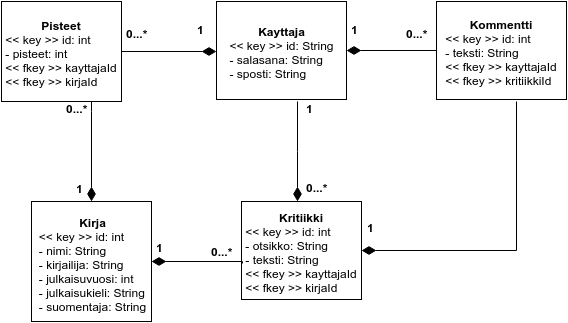
Before: doc/relaatiotietokantakaavio.png, a diagram exported from draw.io (tiikkala/kritiikki). Source tidied: cells renumbered, new cells last; positions are measured from the earlier drawing's top-left corner, leaving out a move shared by most shapes.
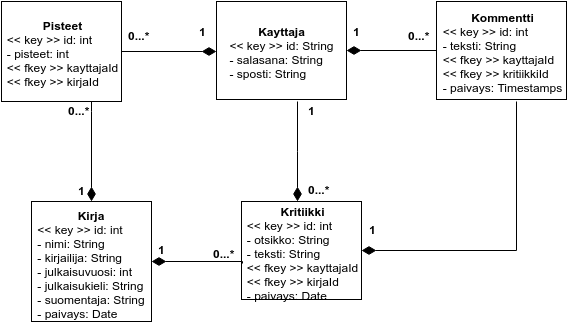
Later version of the same file.

The edit, as a diff of the source:
```diff
@@ -2,110 +2,110 @@
   <root>
     <mxCell id="0" />
     <mxCell id="1" parent="0" />
-    <mxCell id="2" value="&lt;b&gt;Kayttaja&lt;/b&gt;&lt;br&gt;&lt;div style=&quot;text-align: left&quot;&gt;&amp;lt;&amp;lt; key &amp;gt;&amp;gt; id: String&lt;/div&gt;&lt;div style=&quot;text-align: left&quot;&gt;- salasana: String&lt;/div&gt;&lt;div style=&quot;text-align: left&quot;&gt;- sposti: String&lt;/div&gt;" style="whiteSpace=wrap;html=1;" parent="1" vertex="1">
-      <mxGeometry x="215" width="130" height="98" as="geometry" />
-    </mxCell>
-    <mxCell id="3" style="edgeStyle=orthogonalEdgeStyle;rounded=0;html=1;exitX=0.5;exitY=1;entryX=0.5;entryY=1;" parent="1" edge="1" source="2" target="2">
-      <mxGeometry x="340" y="-122" as="geometry" />
+    <mxCell id="3" value="&lt;b&gt;Kayttaja&lt;/b&gt;&lt;br&gt;&lt;div style=&quot;text-align: left&quot;&gt;&amp;lt;&amp;lt; key &amp;gt;&amp;gt; id: String&lt;/div&gt;&lt;div style=&quot;text-align: left&quot;&gt;- salasana: String&lt;/div&gt;&lt;div style=&quot;text-align: left&quot;&gt;- sposti: String&lt;/div&gt;" style="whiteSpace=wrap;html=1;" parent="1" vertex="1">
+      <mxGeometry x="610" y="840" width="130" height="98" as="geometry" />
     </mxCell>
-    <mxCell id="4" value="&lt;b&gt;Pisteet&lt;/b&gt;&lt;br&gt;&lt;div style=&quot;text-align: left&quot;&gt;&amp;lt;&amp;lt; key &amp;gt;&amp;gt; id: int&lt;/div&gt;&lt;div style=&quot;text-align: left&quot;&gt;- pisteet: int&lt;/div&gt;&lt;div style=&quot;text-align: left&quot;&gt;&amp;lt;&amp;lt; fkey &amp;gt;&amp;gt; kayttajaId&lt;/div&gt;&lt;div style=&quot;text-align: left&quot;&gt;&amp;lt;&amp;lt; fkey &amp;gt;&amp;gt; kirjaId&lt;/div&gt;" style="whiteSpace=wrap;html=1;" parent="1" vertex="1">
-      <mxGeometry width="120" height="100" as="geometry" />
+    <mxCell id="4" style="edgeStyle=orthogonalEdgeStyle;rounded=0;html=1;exitX=0.5;exitY=1;entryX=0.5;entryY=1;" parent="1" edge="1" source="3" target="3">
+      <mxGeometry x="735" y="718" as="geometry" />
     </mxCell>
-    <mxCell id="5" style="edgeStyle=orthogonalEdgeStyle;rounded=0;html=1;exitX=0.5;exitY=1;entryX=0.5;entryY=1;" parent="1" edge="1" source="4" target="4">
-      <mxGeometry x="255" y="-123" as="geometry" />
+    <mxCell id="5" value="&lt;b&gt;Pisteet&lt;/b&gt;&lt;br&gt;&lt;div style=&quot;text-align: left&quot;&gt;&amp;lt;&amp;lt; key &amp;gt;&amp;gt; id: int&lt;/div&gt;&lt;div style=&quot;text-align: left&quot;&gt;- pisteet: int&lt;/div&gt;&lt;div style=&quot;text-align: left&quot;&gt;&amp;lt;&amp;lt; fkey &amp;gt;&amp;gt; kayttajaId&lt;/div&gt;&lt;div style=&quot;text-align: left&quot;&gt;&amp;lt;&amp;lt; fkey &amp;gt;&amp;gt; kirjaId&lt;/div&gt;" style="whiteSpace=wrap;html=1;" parent="1" vertex="1">
+      <mxGeometry x="395" y="840" width="120" height="100" as="geometry" />
     </mxCell>
-    <mxCell id="6" style="edgeStyle=orthogonalEdgeStyle;shape=link;curved=1;rounded=0;html=1;exitX=0;exitY=0.5;startArrow=none;startFill=0;endArrow=block;endFill=0;jettySize=auto;" parent="1" edge="1" source="2">
-      <mxGeometry x="380" y="-301" as="geometry">
-        <mxPoint x="215" y="49" as="targetPoint" />
-      </mxGeometry>
+    <mxCell id="6" style="edgeStyle=orthogonalEdgeStyle;rounded=0;html=1;exitX=0.5;exitY=1;entryX=0.5;entryY=1;" parent="1" edge="1" source="5" target="5">
+      <mxGeometry x="650" y="717" as="geometry" />
     </mxCell>
-    <mxCell id="7" style="edgeStyle=orthogonalEdgeStyle;rounded=0;html=1;entryX=1;entryY=0.5;endArrow=none;endFill=0;endSize=12;startArrow=diamondThin;startFill=1;startSize=12;" parent="1" edge="1" target="4">
-      <mxGeometry x="285" y="-300" as="geometry">
-        <mxPoint x="215" y="50" as="sourcePoint" />
-        <Array as="points">
-          <mxPoint x="120" y="50" />
-        </Array>
+    <mxCell id="7" style="edgeStyle=orthogonalEdgeStyle;shape=link;curved=1;rounded=0;html=1;exitX=0;exitY=0.5;startArrow=none;startFill=0;endArrow=block;endFill=0;jettySize=auto;" parent="1" edge="1" source="3">
+      <mxGeometry x="775" y="539" as="geometry">
+        <mxPoint x="610" y="889" as="targetPoint" />
       </mxGeometry>
     </mxCell>
-    <mxCell id="8" value="&lt;b&gt;Kirja&lt;/b&gt;&lt;br&gt;&lt;div style=&quot;text-align: left&quot;&gt;&amp;lt;&amp;lt; key &amp;gt;&amp;gt; id: int&lt;/div&gt;&lt;div style=&quot;text-align: left&quot;&gt;- nimi: String&lt;/div&gt;&lt;div style=&quot;text-align: left&quot;&gt;- kirjailija: String&lt;/div&gt;&lt;div style=&quot;text-align: left&quot;&gt;- julkaisuvuosi: int&lt;/div&gt;&lt;div style=&quot;text-align: left&quot;&gt;- julkaisukieli: String&lt;/div&gt;&lt;div style=&quot;text-align: left&quot;&gt;- suomentaja: String&lt;/div&gt;" style="whiteSpace=wrap;html=1;" parent="1" vertex="1">
-      <mxGeometry x="30" y="200" width="120" height="120" as="geometry" />
+    <mxCell id="8" style="edgeStyle=orthogonalEdgeStyle;rounded=0;html=1;entryX=1;entryY=0.5;endArrow=none;endFill=0;endSize=12;startArrow=diamondThin;startFill=1;startSize=12;" parent="1" edge="1" target="5">
+      <mxGeometry x="680" y="540" as="geometry">
+        <mxPoint x="610" y="890" as="sourcePoint" />
+        <Array as="points">
+          <mxPoint x="515" y="890" />
+        </Array>
+      </mxGeometry>
     </mxCell>
-    <mxCell id="9" value="&lt;b&gt;Kritiikki&lt;/b&gt;&lt;br&gt;&lt;div style=&quot;text-align: left&quot;&gt;&amp;lt;&amp;lt; key &amp;gt;&amp;gt; id: int&lt;/div&gt;&lt;div style=&quot;text-align: left&quot;&gt;- otsikko: String&lt;/div&gt;&lt;div style=&quot;text-align: left&quot;&gt;- teksti: String&lt;/div&gt;&lt;div style=&quot;text-align: left&quot;&gt;&amp;lt;&amp;lt; fkey &amp;gt;&amp;gt; kayttajaId&lt;/div&gt;&lt;div style=&quot;text-align: left&quot;&gt;&amp;lt;&amp;lt; fkey &amp;gt;&amp;gt; kirjaId&lt;/div&gt;" style="whiteSpace=wrap;html=1;" parent="1" vertex="1">
-      <mxGeometry x="240" y="200" width="120" height="98" as="geometry" />
+    <mxCell id="9" value="&lt;b&gt;Kirja&lt;/b&gt;&lt;br&gt;&lt;div style=&quot;text-align: left&quot;&gt;&amp;lt;&amp;lt; key &amp;gt;&amp;gt; id: int&lt;/div&gt;&lt;div style=&quot;text-align: left&quot;&gt;- nimi: String&lt;/div&gt;&lt;div style=&quot;text-align: left&quot;&gt;- kirjailija: String&lt;/div&gt;&lt;div style=&quot;text-align: left&quot;&gt;- julkaisuvuosi: int&lt;/div&gt;&lt;div style=&quot;text-align: left&quot;&gt;- julkaisukieli: String&lt;/div&gt;&lt;div style=&quot;text-align: left&quot;&gt;- suomentaja: String&lt;/div&gt;&lt;div style=&quot;text-align: left&quot;&gt;- paivays: Date&lt;/div&gt;" style="whiteSpace=wrap;html=1;" parent="1" vertex="1">
+      <mxGeometry x="425" y="1040" width="120" height="120" as="geometry" />
     </mxCell>
-    <mxCell id="10" style="edgeStyle=orthogonalEdgeStyle;rounded=0;html=1;endArrow=none;endFill=0;endSize=12;startArrow=diamondThin;startFill=1;startSize=12;entryX=0.008;entryY=0.633;entryPerimeter=0;exitX=1;exitY=0.5;" parent="1" edge="1" source="8" target="9">
-      <mxGeometry x="295" y="-290" as="geometry">
-        <Array as="points">
-          <mxPoint x="241" y="260" />
-        </Array>
-      </mxGeometry>
+    <mxCell id="10" value="&lt;b&gt;Kritiikki&lt;/b&gt;&lt;br&gt;&lt;div style=&quot;text-align: left&quot;&gt;&amp;lt;&amp;lt; key &amp;gt;&amp;gt; id: int&lt;/div&gt;&lt;div style=&quot;text-align: left&quot;&gt;- otsikko: String&lt;/div&gt;&lt;div style=&quot;text-align: left&quot;&gt;- teksti: String&lt;/div&gt;&lt;div style=&quot;text-align: left&quot;&gt;&amp;lt;&amp;lt; fkey &amp;gt;&amp;gt; kayttajaId&lt;/div&gt;&lt;div style=&quot;text-align: left&quot;&gt;&amp;lt;&amp;lt; fkey &amp;gt;&amp;gt; kirjaId&lt;/div&gt;&lt;div style=&quot;text-align: left&quot;&gt;- paivays: Date&lt;/div&gt;" style="whiteSpace=wrap;html=1;" parent="1" vertex="1">
+      <mxGeometry x="635" y="1040" width="120" height="98" as="geometry" />
     </mxCell>
-    <mxCell id="11" value="&lt;b&gt;Kommentti&lt;/b&gt;&lt;br&gt;&lt;div style=&quot;text-align: left&quot;&gt;&amp;lt;&amp;lt; key &amp;gt;&amp;gt; id: int&lt;/div&gt;&lt;div style=&quot;text-align: left&quot;&gt;- teksti: String&lt;/div&gt;&lt;div style=&quot;text-align: left&quot;&gt;&amp;lt;&amp;lt; fkey &amp;gt;&amp;gt; kayttajaId&lt;/div&gt;&lt;div style=&quot;text-align: left&quot;&gt;&amp;lt;&amp;lt; fkey &amp;gt;&amp;gt; kritiikkiId&lt;/div&gt;" style="whiteSpace=wrap;html=1;" parent="1" vertex="1">
-      <mxGeometry x="435" width="130" height="98" as="geometry" />
+    <mxCell id="11" style="edgeStyle=orthogonalEdgeStyle;rounded=0;html=1;endArrow=none;endFill=0;endSize=12;startArrow=diamondThin;startFill=1;startSize=12;entryX=0.008;entryY=0.633;entryPerimeter=0;exitX=1;exitY=0.5;" parent="1" edge="1" source="9" target="10">
+      <mxGeometry x="690" y="550" as="geometry">
+        <Array as="points">
+          <mxPoint x="636" y="1100" />
+        </Array>
+      </mxGeometry>
     </mxCell>
-    <mxCell id="12" style="edgeStyle=orthogonalEdgeStyle;rounded=0;html=1;exitX=0.5;exitY=1;entryX=0.5;entryY=1;" parent="1" edge="1" source="11" target="11">
-      <mxGeometry x="535" y="-121" as="geometry" />
+    <mxCell id="12" value="&lt;b&gt;Kommentti&lt;/b&gt;&lt;br&gt;&lt;div style=&quot;text-align: left&quot;&gt;&amp;lt;&amp;lt; key &amp;gt;&amp;gt; id: int&lt;/div&gt;&lt;div style=&quot;text-align: left&quot;&gt;- teksti: String&lt;/div&gt;&lt;div style=&quot;text-align: left&quot;&gt;&amp;lt;&amp;lt; fkey &amp;gt;&amp;gt; kayttajaId&lt;/div&gt;&lt;div style=&quot;text-align: left&quot;&gt;&amp;lt;&amp;lt; fkey &amp;gt;&amp;gt; kritiikkiId&lt;/div&gt;&lt;div style=&quot;text-align: left&quot;&gt;- paivays: Timestamps&lt;/div&gt;" style="whiteSpace=wrap;html=1;" parent="1" vertex="1">
+      <mxGeometry x="830" y="840" width="130" height="98" as="geometry" />
     </mxCell>
-    <mxCell id="13" style="edgeStyle=orthogonalEdgeStyle;rounded=0;html=1;endArrow=none;endFill=0;endSize=12;startArrow=diamondThin;startFill=1;startSize=12;entryX=0.615;entryY=1.02;entryPerimeter=0;exitX=1;exitY=0.5;" parent="1" edge="1" source="9" target="11">
-      <mxGeometry x="305" y="-280" as="geometry">
-        <Array as="points">
-          <mxPoint x="515" y="249" />
-        </Array>
-      </mxGeometry>
+    <mxCell id="13" style="edgeStyle=orthogonalEdgeStyle;rounded=0;html=1;exitX=0.5;exitY=1;entryX=0.5;entryY=1;" parent="1" edge="1" source="12" target="12">
+      <mxGeometry x="930" y="719" as="geometry" />
     </mxCell>
-    <mxCell id="14" style="edgeStyle=orthogonalEdgeStyle;rounded=0;html=1;endArrow=none;endFill=0;endSize=12;startArrow=diamondThin;startFill=1;startSize=12;entryX=0;entryY=0.5;exitX=1;exitY=0.5;" parent="1" edge="1" source="2" target="11">
-      <mxGeometry x="305" y="-280" as="geometry" />
+    <mxCell id="14" style="edgeStyle=orthogonalEdgeStyle;rounded=0;html=1;endArrow=none;endFill=0;endSize=12;startArrow=diamondThin;startFill=1;startSize=12;entryX=0.615;entryY=1.02;entryPerimeter=0;exitX=1;exitY=0.5;" parent="1" edge="1" source="10" target="12">
+      <mxGeometry x="700" y="560" as="geometry">
+        <Array as="points">
+          <mxPoint x="910" y="1089" />
+        </Array>
+      </mxGeometry>
     </mxCell>
-    <mxCell id="15" style="edgeStyle=orthogonalEdgeStyle;rounded=0;html=1;entryX=0.75;entryY=1;endArrow=none;endFill=0;endSize=12;startArrow=diamondThin;startFill=1;startSize=12;exitX=0.5;exitY=0;" parent="1" edge="1" source="8" target="4">
-      <mxGeometry x="295" y="-290" as="geometry">
-        <Array as="points">
-          <mxPoint x="90" y="110" />
-          <mxPoint x="90" y="110" />
-        </Array>
-      </mxGeometry>
+    <mxCell id="15" style="edgeStyle=orthogonalEdgeStyle;rounded=0;html=1;endArrow=none;endFill=0;endSize=12;startArrow=diamondThin;startFill=1;startSize=12;entryX=0;entryY=0.5;exitX=1;exitY=0.5;" parent="1" edge="1" source="3" target="12">
+      <mxGeometry x="700" y="560" as="geometry" />
     </mxCell>
-    <mxCell id="16" value="&lt;b&gt;&lt;font style=&quot;font-size: 12px&quot;&gt;0...*&lt;/font&gt;&lt;/b&gt;&lt;div&gt;&lt;b&gt;&lt;font style=&quot;font-size: 12px&quot;&gt;&lt;br&gt;&lt;/font&gt;&lt;/b&gt;&lt;/div&gt;" style="text;html=1;align=left;verticalAlign=top;spacingTop=-4;" parent="1" vertex="1">
-      <mxGeometry x="64.6" y="99.7" width="40" height="30" as="geometry" />
+    <mxCell id="16" style="edgeStyle=orthogonalEdgeStyle;rounded=0;html=1;entryX=0.75;entryY=1;endArrow=none;endFill=0;endSize=12;startArrow=diamondThin;startFill=1;startSize=12;exitX=0.5;exitY=0;" parent="1" edge="1" source="9" target="5">
+      <mxGeometry x="690" y="550" as="geometry">
+        <Array as="points">
+          <mxPoint x="485" y="950" />
+          <mxPoint x="485" y="950" />
+        </Array>
+      </mxGeometry>
     </mxCell>
-    <mxCell id="17" value="&lt;div&gt;&lt;b&gt;&lt;font style=&quot;font-size: 12px&quot;&gt;1&lt;/font&gt;&lt;/b&gt;&lt;/div&gt;" style="text;html=1;align=left;verticalAlign=top;spacingTop=-4;" parent="1" vertex="1">
-      <mxGeometry x="74.6" y="179.7" width="20" height="20" as="geometry" />
+    <mxCell id="17" value="&lt;b&gt;&lt;font style=&quot;font-size: 12px&quot;&gt;0...*&lt;/font&gt;&lt;/b&gt;&lt;div&gt;&lt;b&gt;&lt;font style=&quot;font-size: 12px&quot;&gt;&lt;br&gt;&lt;/font&gt;&lt;/b&gt;&lt;/div&gt;" style="text;html=1;align=left;verticalAlign=top;spacingTop=-4;" parent="1" vertex="1">
+      <mxGeometry x="459.6" y="939.7" width="40" height="30" as="geometry" />
     </mxCell>
-    <mxCell id="18" value="&lt;div&gt;&lt;b&gt;&lt;font style=&quot;font-size: 12px&quot;&gt;0...*&lt;/font&gt;&lt;/b&gt;&lt;/div&gt;" style="text;html=1;align=left;verticalAlign=top;spacingTop=-4;" parent="1" vertex="1">
-      <mxGeometry x="124.6" y="25.3" width="40" height="10" as="geometry" />
+    <mxCell id="18" value="&lt;div&gt;&lt;b&gt;&lt;font style=&quot;font-size: 12px&quot;&gt;1&lt;/font&gt;&lt;/b&gt;&lt;/div&gt;" style="text;html=1;align=left;verticalAlign=top;spacingTop=-4;" parent="1" vertex="1">
+      <mxGeometry x="469.6" y="1019.7" width="20" height="20" as="geometry" />
     </mxCell>
-    <mxCell id="19" value="&lt;div&gt;&lt;b&gt;&lt;font style=&quot;font-size: 12px&quot;&gt;1&lt;/font&gt;&lt;/b&gt;&lt;/div&gt;" style="text;html=1;align=left;verticalAlign=top;spacingTop=-4;" parent="1" vertex="1">
-      <mxGeometry x="195.6" y="20.7" width="20" height="20" as="geometry" />
+    <mxCell id="19" value="&lt;div&gt;&lt;b&gt;&lt;font style=&quot;font-size: 12px&quot;&gt;0...*&lt;/font&gt;&lt;/b&gt;&lt;/div&gt;" style="text;html=1;align=left;verticalAlign=top;spacingTop=-4;" parent="1" vertex="1">
+      <mxGeometry x="519.6" y="865.3" width="40" height="10" as="geometry" />
     </mxCell>
     <mxCell id="20" value="&lt;div&gt;&lt;b&gt;&lt;font style=&quot;font-size: 12px&quot;&gt;1&lt;/font&gt;&lt;/b&gt;&lt;/div&gt;" style="text;html=1;align=left;verticalAlign=top;spacingTop=-4;" parent="1" vertex="1">
-      <mxGeometry x="154.6" y="238.7" width="20" height="20" as="geometry" />
+      <mxGeometry x="590.6" y="860.7" width="20" height="20" as="geometry" />
     </mxCell>
     <mxCell id="21" value="&lt;div&gt;&lt;b&gt;&lt;font style=&quot;font-size: 12px&quot;&gt;1&lt;/font&gt;&lt;/b&gt;&lt;/div&gt;" style="text;html=1;align=left;verticalAlign=top;spacingTop=-4;" parent="1" vertex="1">
-      <mxGeometry x="365.6" y="218.7" width="20" height="20" as="geometry" />
+      <mxGeometry x="549.6" y="1078.7" width="20" height="20" as="geometry" />
     </mxCell>
-    <mxCell id="22" value="&lt;div&gt;&lt;b&gt;&lt;font style=&quot;font-size: 12px&quot;&gt;0...*&lt;/font&gt;&lt;/b&gt;&lt;/div&gt;" style="text;html=1;align=left;verticalAlign=top;spacingTop=-4;" parent="1" vertex="1">
-      <mxGeometry x="404.6" y="25.3" width="40" height="10" as="geometry" />
+    <mxCell id="22" value="&lt;div&gt;&lt;b&gt;&lt;font style=&quot;font-size: 12px&quot;&gt;1&lt;/font&gt;&lt;/b&gt;&lt;/div&gt;" style="text;html=1;align=left;verticalAlign=top;spacingTop=-4;" parent="1" vertex="1">
+      <mxGeometry x="760.6" y="1058.7" width="20" height="20" as="geometry" />
     </mxCell>
     <mxCell id="23" value="&lt;div&gt;&lt;b&gt;&lt;font style=&quot;font-size: 12px&quot;&gt;0...*&lt;/font&gt;&lt;/b&gt;&lt;/div&gt;" style="text;html=1;align=left;verticalAlign=top;spacingTop=-4;" parent="1" vertex="1">
-      <mxGeometry x="209.6" y="243.3" width="40" height="10" as="geometry" />
+      <mxGeometry x="799.6" y="865.3" width="40" height="10" as="geometry" />
     </mxCell>
     <mxCell id="24" value="&lt;div&gt;&lt;b&gt;&lt;font style=&quot;font-size: 12px&quot;&gt;0...*&lt;/font&gt;&lt;/b&gt;&lt;/div&gt;" style="text;html=1;align=left;verticalAlign=top;spacingTop=-4;" parent="1" vertex="1">
-      <mxGeometry x="304.6" y="179.3" width="40" height="10" as="geometry" />
+      <mxGeometry x="604.6" y="1083.3" width="40" height="10" as="geometry" />
     </mxCell>
-    <mxCell id="25" style="edgeStyle=orthogonalEdgeStyle;rounded=0;html=1;endArrow=none;endFill=0;endSize=12;startArrow=diamondThin;startFill=1;startSize=12;exitX=0.5;exitY=0;" parent="1" edge="1">
-      <mxGeometry x="501" y="-290" as="geometry">
-        <mxPoint x="296" y="200" as="sourcePoint" />
-        <mxPoint x="296" y="100" as="targetPoint" />
-        <Array as="points">
-          <mxPoint x="296" y="150" />
-          <mxPoint x="296" y="150" />
-        </Array>
-      </mxGeometry>
+    <mxCell id="25" value="&lt;div&gt;&lt;b&gt;&lt;font style=&quot;font-size: 12px&quot;&gt;0...*&lt;/font&gt;&lt;/b&gt;&lt;/div&gt;" style="text;html=1;align=left;verticalAlign=top;spacingTop=-4;" parent="1" vertex="1">
+      <mxGeometry x="699.6" y="1019.3" width="40" height="10" as="geometry" />
     </mxCell>
-    <mxCell id="26" value="&lt;div&gt;&lt;b&gt;&lt;font style=&quot;font-size: 12px&quot;&gt;1&lt;/font&gt;&lt;/b&gt;&lt;/div&gt;" style="text;html=1;align=left;verticalAlign=top;spacingTop=-4;" parent="1" vertex="1">
-      <mxGeometry x="304.6" y="99.7" width="20" height="20" as="geometry" />
+    <mxCell id="26" style="edgeStyle=orthogonalEdgeStyle;rounded=0;html=1;endArrow=none;endFill=0;endSize=12;startArrow=diamondThin;startFill=1;startSize=12;exitX=0.5;exitY=0;" parent="1" edge="1">
+      <mxGeometry x="896" y="550" as="geometry">
+        <mxPoint x="691" y="1040" as="sourcePoint" />
+        <mxPoint x="691" y="940" as="targetPoint" />
+        <Array as="points">
+          <mxPoint x="691" y="990" />
+          <mxPoint x="691" y="990" />
+        </Array>
+      </mxGeometry>
     </mxCell>
     <mxCell id="27" value="&lt;div&gt;&lt;b&gt;&lt;font style=&quot;font-size: 12px&quot;&gt;1&lt;/font&gt;&lt;/b&gt;&lt;/div&gt;" style="text;html=1;align=left;verticalAlign=top;spacingTop=-4;" parent="1" vertex="1">
-      <mxGeometry x="349.6" y="20.7" width="20" height="20" as="geometry" />
+      <mxGeometry x="699.6" y="939.7" width="20" height="20" as="geometry" />
     </mxCell>
+    <mxCell id="28" value="&lt;div&gt;&lt;b&gt;&lt;font style=&quot;font-size: 12px&quot;&gt;1&lt;/font&gt;&lt;/b&gt;&lt;/div&gt;" style="text;html=1;align=left;verticalAlign=top;spacingTop=-4;" parent="1" vertex="1">
+      <mxGeometry x="744.6" y="860.7" width="20" height="20" as="geometry" />
+    </mxCell>
   </root>
 </mxGraphModel>
```
